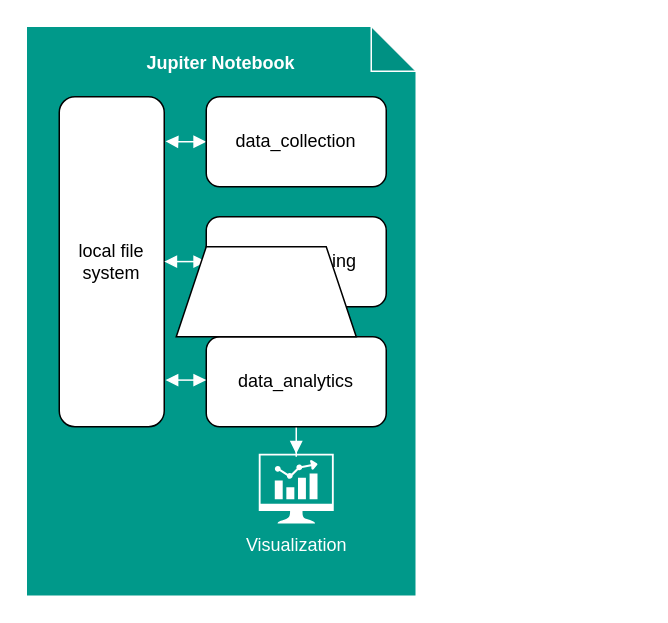
Above: abbildungen/Prototyp Architecture.drawio in Aletender/SemiUnstructDataAnalysis-Semianrarbeit (draw.io), before the change. Source tidied: cells renumbered, new cells numbered last; positions are measured from the earlier drawing's top-left corner, leaving out a move shared by most shapes. Both pictures are drawn from the tidied source at 150%, with x=0, y=0 at pixel (26, 26).
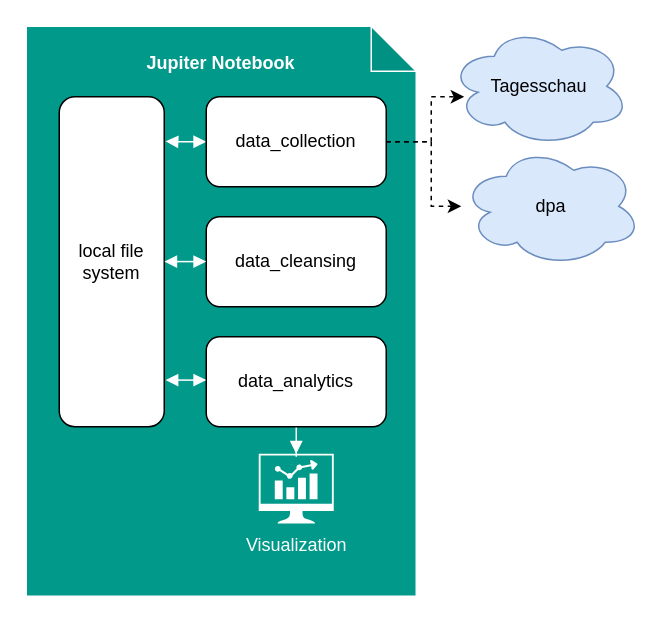
The same diagram, later.

The change refers to these unchanged cells:
```xml
<mxCell id="4" value="data_collection" style="rounded=1;whiteSpace=wrap;html=1;" parent="1" vertex="1">
  <mxGeometry x="120" y="47" width="120" height="60" as="geometry" />
</mxCell>
```

Diff of the diagram source:
```diff
@@
+    <mxCell id="13" style="edgeStyle=orthogonalEdgeStyle;rounded=0;jettySize=auto;html=1;dashed=1;" parent="1" edge="1" source="4" target="15">
+      <mxGeometry relative="1" as="geometry">
+        <Array as="points">
+          <mxPoint x="270" y="77" />
+          <mxPoint x="270" y="120" />
+        </Array>
+      </mxGeometry>
+    </mxCell>
@@
-    <mxCell id="12" style="shape=trapezoid;perimeter=trapezoidPerimeter;whiteSpace=wrap;html=1;fixedSize=1;" parent="1" vertex="1">
-      <mxGeometry x="100" y="147" width="120" height="60" as="geometry" />
-    </mxCell>
+    <mxCell id="14" value="Tagesschau" style="ellipse;shape=cloud;whiteSpace=wrap;html=1;fillColor=#dae8fc;strokeColor=#6c8ebf;" parent="1" vertex="1">
+      <mxGeometry x="282" width="120" height="80" as="geometry" />
+    </mxCell>
+    <mxCell id="15" value="dpa" style="ellipse;shape=cloud;whiteSpace=wrap;html=1;fillColor=#dae8fc;strokeColor=#6c8ebf;" parent="1" vertex="1">
+      <mxGeometry x="290" y="80" width="120" height="80" as="geometry" />
+    </mxCell>
+    <mxCell id="16" style="edgeStyle=orthogonalEdgeStyle;rounded=0;jettySize=auto;html=1;entryX=0.083;entryY=0.588;entryDx=0;entryDy=0;entryPerimeter=0;dashed=1;" parent="1" edge="1" source="4" target="14">
+      <mxGeometry relative="1" as="geometry">
+        <Array as="points">
+          <mxPoint x="270" y="77" />
+          <mxPoint x="270" y="47" />
+        </Array>
+      </mxGeometry>
+    </mxCell>
```
